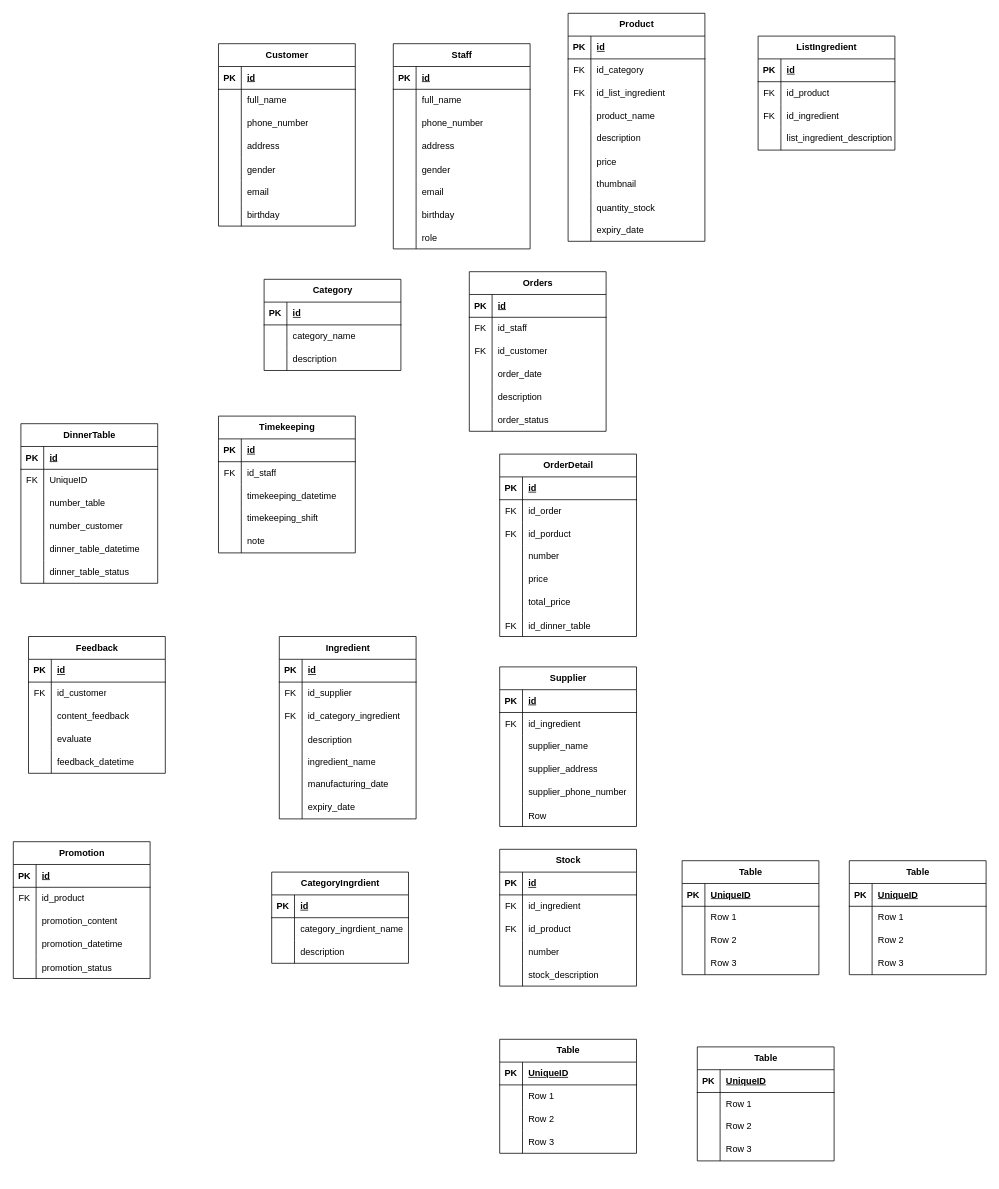
Above: ShopCoffee.drawio in Anhcoder2005/shopcoffee (draw.io), before the change. Source tidied: cells renumbered, new cells numbered last; positions are measured from the earlier drawing's top-left corner, leaving out a move shared by most shapes. Both pictures are drawn from the tidied source at 76%, with x=0, y=0 at pixel (13, 13).
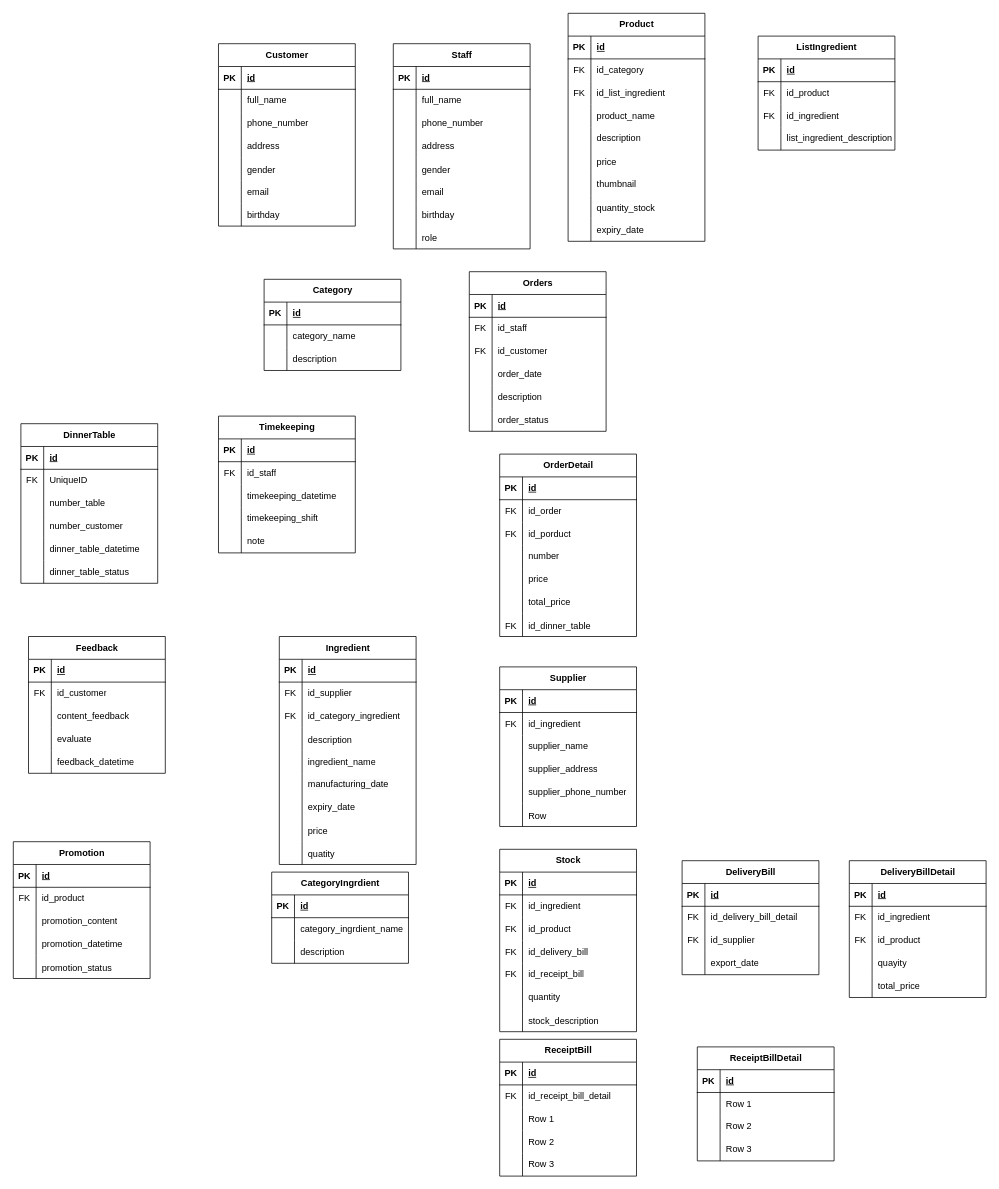
The same page after the edit.

Unchanged cells that the change refers to:
```xml
<mxCell id="263" style="shape=tableRow;horizontal=0;startSize=0;swimlaneHead=0;swimlaneBody=0;fillColor=none;top=0;left=0;right=0;bottom=1;" parent="262" vertex="1">
  <mxGeometry y="30" width="180" height="30" as="geometry" />
</mxCell>
<mxCell id="276" style="shape=tableRow;horizontal=0;startSize=0;swimlaneHead=0;swimlaneBody=0;fillColor=none;top=0;left=0;right=0;bottom=1;" parent="275" vertex="1">
  <mxGeometry y="30" width="180" height="30" as="geometry" />
</mxCell>
<mxCell id="289" style="shape=tableRow;horizontal=0;startSize=0;swimlaneHead=0;swimlaneBody=0;fillColor=none;top=0;left=0;right=0;bottom=1;" parent="288" vertex="1">
  <mxGeometry y="30" width="180" height="30" as="geometry" />
</mxCell>
<mxCell id="302" style="shape=tableRow;horizontal=0;startSize=0;swimlaneHead=0;swimlaneBody=0;fillColor=none;top=0;left=0;right=0;bottom=1;" parent="301" vertex="1">
  <mxGeometry y="30" width="180" height="30" as="geometry" />
</mxCell>
```

Change to the diagram source:
```diff
@@
     <mxCell id="147" value="Ingredient" style="shape=table;startSize=30;childLayout=tableLayout;rowLines=0;fontStyle=1;align=center;html=1;" parent="1" vertex="1">
-      <mxGeometry x="350" y="820" width="180" height="240" as="geometry" />
+      <mxGeometry x="350" y="820" width="180" height="300" as="geometry" />
     </mxCell>
@@
+    <mxCell id="327" style="shape=tableRow;horizontal=0;startSize=0;swimlaneHead=0;swimlaneBody=0;fillColor=none;top=0;left=0;right=0;bottom=0;" parent="147" vertex="1">
+      <mxGeometry y="240" width="180" height="30" as="geometry" />
+    </mxCell>
+    <mxCell id="328" style="shape=partialRectangle;fillColor=none;top=0;left=0;bottom=0;right=0;overflow=hidden;" parent="327" vertex="1">
+      <mxGeometry width="30" height="30" as="geometry" />
+    </mxCell>
+    <mxCell id="329" value="price" style="shape=partialRectangle;fillColor=none;top=0;left=0;bottom=0;right=0;align=left;spacingLeft=6;overflow=hidden;" parent="327" vertex="1">
+      <mxGeometry x="30" width="150" height="30" as="geometry" />
+    </mxCell>
+    <mxCell id="330" style="shape=tableRow;horizontal=0;startSize=0;swimlaneHead=0;swimlaneBody=0;fillColor=none;top=0;left=0;right=0;bottom=0;" parent="147" vertex="1">
+      <mxGeometry y="270" width="180" height="30" as="geometry" />
+    </mxCell>
+    <mxCell id="331" style="shape=partialRectangle;fillColor=none;top=0;left=0;bottom=0;right=0;overflow=hidden;" parent="330" vertex="1">
+      <mxGeometry width="30" height="30" as="geometry" />
+    </mxCell>
+    <mxCell id="332" value="quatity" style="shape=partialRectangle;fillColor=none;top=0;left=0;bottom=0;right=0;align=left;spacingLeft=6;overflow=hidden;" parent="330" vertex="1">
+      <mxGeometry x="30" width="150" height="30" as="geometry" />
+    </mxCell>
@@
     <mxCell id="179" value="Stock" style="shape=table;startSize=30;childLayout=tableLayout;rowLines=0;fontStyle=1;align=center;html=1;" parent="1" vertex="1">
-      <mxGeometry x="640" y="1100" width="180" height="180" as="geometry" />
+      <mxGeometry x="640" y="1100" width="180" height="240" as="geometry" />
     </mxCell>
@@
+    <mxCell id="333" style="shape=tableRow;horizontal=0;startSize=0;swimlaneHead=0;swimlaneBody=0;fillColor=none;top=0;left=0;right=0;bottom=0;" parent="179" vertex="1">
+      <mxGeometry y="120" width="180" height="30" as="geometry" />
+    </mxCell>
+    <mxCell id="334" value="FK" style="shape=partialRectangle;fillColor=none;top=0;left=0;bottom=0;right=0;fontStyle=0;overflow=hidden;whiteSpace=wrap;html=1;" parent="333" vertex="1">
+      <mxGeometry width="30" height="30" as="geometry" />
+    </mxCell>
+    <mxCell id="335" value="id_delivery_bill" style="shape=partialRectangle;fillColor=none;top=0;left=0;bottom=0;right=0;align=left;spacingLeft=6;fontStyle=0;overflow=hidden;whiteSpace=wrap;html=1;" parent="333" vertex="1">
+      <mxGeometry x="30" width="150" height="30" as="geometry" />
+    </mxCell>
+    <mxCell id="336" style="shape=tableRow;horizontal=0;startSize=0;swimlaneHead=0;swimlaneBody=0;fillColor=none;top=0;left=0;right=0;bottom=0;" parent="179" vertex="1">
+      <mxGeometry y="150" width="180" height="30" as="geometry" />
+    </mxCell>
+    <mxCell id="337" value="FK" style="shape=partialRectangle;fillColor=none;top=0;left=0;bottom=0;right=0;fontStyle=0;overflow=hidden;whiteSpace=wrap;html=1;" parent="336" vertex="1">
+      <mxGeometry width="30" height="30" as="geometry" />
+    </mxCell>
+    <mxCell id="338" value="id_receipt_bill" style="shape=partialRectangle;fillColor=none;top=0;left=0;bottom=0;right=0;align=left;spacingLeft=6;fontStyle=0;overflow=hidden;whiteSpace=wrap;html=1;" parent="336" vertex="1">
+      <mxGeometry x="30" width="150" height="30" as="geometry" />
+    </mxCell>
     <mxCell id="189" style="shape=tableRow;horizontal=0;startSize=0;swimlaneHead=0;swimlaneBody=0;fillColor=none;top=0;left=0;right=0;bottom=0;" parent="179" vertex="1">
-      <mxGeometry y="120" width="180" height="30" as="geometry" />
+      <mxGeometry y="180" width="180" height="30" as="geometry" />
     </mxCell>
@@
-    <mxCell id="191" value="number" style="shape=partialRectangle;fillColor=none;top=0;left=0;bottom=0;right=0;align=left;spacingLeft=6;overflow=hidden;whiteSpace=wrap;html=1;" parent="189" vertex="1">
+    <mxCell id="191" value="quantity" style="shape=partialRectangle;fillColor=none;top=0;left=0;bottom=0;right=0;align=left;spacingLeft=6;overflow=hidden;whiteSpace=wrap;html=1;" parent="189" vertex="1">
       <mxGeometry x="30" width="150" height="30" as="geometry" />
     </mxCell>
     <mxCell id="192" style="shape=tableRow;horizontal=0;startSize=0;swimlaneHead=0;swimlaneBody=0;fillColor=none;top=0;left=0;right=0;bottom=0;" parent="179" vertex="1">
-      <mxGeometry y="150" width="180" height="30" as="geometry" />
+      <mxGeometry y="210" width="180" height="30" as="geometry" />
     </mxCell>
@@
-    <mxCell id="262" value="Table" style="shape=table;startSize=30;childLayout=tableLayout;rowLines=0;fontStyle=1;align=center;html=1;" parent="1" vertex="1">
+    <mxCell id="262" value="DeliveryBill" style="shape=table;startSize=30;childLayout=tableLayout;rowLines=0;fontStyle=1;align=center;html=1;" parent="1" vertex="1">
       <mxGeometry x="880" y="1115" width="180" height="150" as="geometry" />
     </mxCell>
@@
-    <mxCell id="265" value="UniqueID" style="shape=partialRectangle;fillColor=none;top=0;left=0;bottom=0;right=0;align=left;spacingLeft=6;fontStyle=5;overflow=hidden;whiteSpace=wrap;html=1;" parent="263" vertex="1">
+    <mxCell id="265" value="id" style="shape=partialRectangle;fillColor=none;top=0;left=0;bottom=0;right=0;align=left;spacingLeft=6;fontStyle=5;overflow=hidden;whiteSpace=wrap;html=1;" parent="263" vertex="1">
       <mxGeometry x="30" width="150" height="30" as="geometry" />
     </mxCell>
+    <mxCell id="339" style="shape=tableRow;horizontal=0;startSize=0;swimlaneHead=0;swimlaneBody=0;fillColor=none;top=0;left=0;right=0;bottom=0;" parent="262" vertex="1">
+      <mxGeometry y="60" width="180" height="30" as="geometry" />
+    </mxCell>
+    <mxCell id="340" value="FK" style="shape=partialRectangle;fillColor=none;top=0;left=0;bottom=0;right=0;fontStyle=0;overflow=hidden;whiteSpace=wrap;html=1;" parent="339" vertex="1">
+      <mxGeometry width="30" height="30" as="geometry" />
+    </mxCell>
+    <mxCell id="341" value="id_delivery_bill_detail" style="shape=partialRectangle;fillColor=none;top=0;left=0;bottom=0;right=0;align=left;spacingLeft=6;fontStyle=0;overflow=hidden;whiteSpace=wrap;html=1;" parent="339" vertex="1">
+      <mxGeometry x="30" width="150" height="30" as="geometry" />
+    </mxCell>
+    <mxCell id="342" style="shape=tableRow;horizontal=0;startSize=0;swimlaneHead=0;swimlaneBody=0;fillColor=none;top=0;left=0;right=0;bottom=0;" parent="262" vertex="1">
+      <mxGeometry y="90" width="180" height="30" as="geometry" />
+    </mxCell>
+    <mxCell id="343" value="FK" style="shape=partialRectangle;fillColor=none;top=0;left=0;bottom=0;right=0;fontStyle=0;overflow=hidden;whiteSpace=wrap;html=1;" parent="342" vertex="1">
+      <mxGeometry width="30" height="30" as="geometry" />
+    </mxCell>
+    <mxCell id="344" value="id_supplier" style="shape=partialRectangle;fillColor=none;top=0;left=0;bottom=0;right=0;align=left;spacingLeft=6;fontStyle=0;overflow=hidden;whiteSpace=wrap;html=1;" parent="342" vertex="1">
+      <mxGeometry x="30" width="150" height="30" as="geometry" />
+    </mxCell>
     <mxCell id="266" style="shape=tableRow;horizontal=0;startSize=0;swimlaneHead=0;swimlaneBody=0;fillColor=none;top=0;left=0;right=0;bottom=0;" parent="262" vertex="1">
-      <mxGeometry y="60" width="180" height="30" as="geometry" />
+      <mxGeometry y="120" width="180" height="30" as="geometry" />
     </mxCell>
@@
-    <mxCell id="268" value="Row 1" style="shape=partialRectangle;fillColor=none;top=0;left=0;bottom=0;right=0;align=left;spacingLeft=6;overflow=hidden;whiteSpace=wrap;html=1;" parent="266" vertex="1">
+    <mxCell id="268" value="export_date" style="shape=partialRectangle;fillColor=none;top=0;left=0;bottom=0;right=0;align=left;spacingLeft=6;overflow=hidden;whiteSpace=wrap;html=1;" parent="266" vertex="1">
       <mxGeometry x="30" width="150" height="30" as="geometry" />
     </mxCell>
-    <mxCell id="269" style="shape=tableRow;horizontal=0;startSize=0;swimlaneHead=0;swimlaneBody=0;fillColor=none;top=0;left=0;right=0;bottom=0;" parent="262" vertex="1">
-      <mxGeometry y="90" width="180" height="30" as="geometry" />
-    </mxCell>
-    <mxCell id="270" style="shape=partialRectangle;fillColor=none;top=0;left=0;bottom=0;right=0;overflow=hidden;whiteSpace=wrap;html=1;" parent="269" vertex="1">
-      <mxGeometry width="30" height="30" as="geometry" />
-    </mxCell>
-    <mxCell id="271" value="Row 2" style="shape=partialRectangle;fillColor=none;top=0;left=0;bottom=0;right=0;align=left;spacingLeft=6;overflow=hidden;whiteSpace=wrap;html=1;" parent="269" vertex="1">
-      <mxGeometry x="30" width="150" height="30" as="geometry" />
-    </mxCell>
-    <mxCell id="272" style="shape=tableRow;horizontal=0;startSize=0;swimlaneHead=0;swimlaneBody=0;fillColor=none;top=0;left=0;right=0;bottom=0;" parent="262" vertex="1">
-      <mxGeometry y="120" width="180" height="30" as="geometry" />
-    </mxCell>
-    <mxCell id="273" style="shape=partialRectangle;fillColor=none;top=0;left=0;bottom=0;right=0;overflow=hidden;whiteSpace=wrap;html=1;" parent="272" vertex="1">
-      <mxGeometry width="30" height="30" as="geometry" />
-    </mxCell>
-    <mxCell id="274" value="Row 3" style="shape=partialRectangle;fillColor=none;top=0;left=0;bottom=0;right=0;align=left;spacingLeft=6;overflow=hidden;whiteSpace=wrap;html=1;" parent="272" vertex="1">
-      <mxGeometry x="30" width="150" height="30" as="geometry" />
-    </mxCell>
-    <mxCell id="275" value="Table" style="shape=table;startSize=30;childLayout=tableLayout;rowLines=0;fontStyle=1;align=center;html=1;" parent="1" vertex="1">
-      <mxGeometry x="640" y="1350" width="180" height="150" as="geometry" />
+    <mxCell id="275" value="ReceiptBill" style="shape=table;startSize=30;childLayout=tableLayout;rowLines=0;fontStyle=1;align=center;html=1;" parent="1" vertex="1">
+      <mxGeometry x="640" y="1350" width="180" height="180" as="geometry" />
     </mxCell>
@@
-    <mxCell id="278" value="UniqueID" style="shape=partialRectangle;fillColor=none;top=0;left=0;bottom=0;right=0;align=left;spacingLeft=6;fontStyle=5;overflow=hidden;whiteSpace=wrap;html=1;" parent="276" vertex="1">
+    <mxCell id="278" value="id" style="shape=partialRectangle;fillColor=none;top=0;left=0;bottom=0;right=0;align=left;spacingLeft=6;fontStyle=5;overflow=hidden;whiteSpace=wrap;html=1;" parent="276" vertex="1">
       <mxGeometry x="30" width="150" height="30" as="geometry" />
     </mxCell>
+    <mxCell id="345" style="shape=tableRow;horizontal=0;startSize=0;swimlaneHead=0;swimlaneBody=0;fillColor=none;top=0;left=0;right=0;bottom=0;" parent="275" vertex="1">
+      <mxGeometry y="60" width="180" height="30" as="geometry" />
+    </mxCell>
+    <mxCell id="346" value="FK" style="shape=partialRectangle;fillColor=none;top=0;left=0;bottom=0;right=0;fontStyle=0;overflow=hidden;whiteSpace=wrap;html=1;" parent="345" vertex="1">
+      <mxGeometry width="30" height="30" as="geometry" />
+    </mxCell>
+    <mxCell id="347" value="id_receipt_bill_detail" style="shape=partialRectangle;fillColor=none;top=0;left=0;bottom=0;right=0;align=left;spacingLeft=6;fontStyle=0;overflow=hidden;whiteSpace=wrap;html=1;" parent="345" vertex="1">
+      <mxGeometry x="30" width="150" height="30" as="geometry" />
+    </mxCell>
     <mxCell id="279" style="shape=tableRow;horizontal=0;startSize=0;swimlaneHead=0;swimlaneBody=0;fillColor=none;top=0;left=0;right=0;bottom=0;" parent="275" vertex="1">
-      <mxGeometry y="60" width="180" height="30" as="geometry" />
+      <mxGeometry y="90" width="180" height="30" as="geometry" />
     </mxCell>
@@
     <mxCell id="282" style="shape=tableRow;horizontal=0;startSize=0;swimlaneHead=0;swimlaneBody=0;fillColor=none;top=0;left=0;right=0;bottom=0;" parent="275" vertex="1">
-      <mxGeometry y="90" width="180" height="30" as="geometry" />
+      <mxGeometry y="120" width="180" height="30" as="geometry" />
     </mxCell>
@@
     <mxCell id="285" style="shape=tableRow;horizontal=0;startSize=0;swimlaneHead=0;swimlaneBody=0;fillColor=none;top=0;left=0;right=0;bottom=0;" parent="275" vertex="1">
-      <mxGeometry y="120" width="180" height="30" as="geometry" />
+      <mxGeometry y="150" width="180" height="30" as="geometry" />
     </mxCell>
@@
-    <mxCell id="288" value="Table" style="shape=table;startSize=30;childLayout=tableLayout;rowLines=0;fontStyle=1;align=center;html=1;" parent="1" vertex="1">
-      <mxGeometry x="1100" y="1115" width="180" height="150" as="geometry" />
+    <mxCell id="288" value="DeliveryBillDetail" style="shape=table;startSize=30;childLayout=tableLayout;rowLines=0;fontStyle=1;align=center;html=1;" parent="1" vertex="1">
+      <mxGeometry x="1100" y="1115" width="180" height="180" as="geometry" />
     </mxCell>
@@
-    <mxCell id="291" value="UniqueID" style="shape=partialRectangle;fillColor=none;top=0;left=0;bottom=0;right=0;align=left;spacingLeft=6;fontStyle=5;overflow=hidden;whiteSpace=wrap;html=1;" parent="289" vertex="1">
+    <mxCell id="291" value="id" style="shape=partialRectangle;fillColor=none;top=0;left=0;bottom=0;right=0;align=left;spacingLeft=6;fontStyle=5;overflow=hidden;whiteSpace=wrap;html=1;" parent="289" vertex="1">
       <mxGeometry x="30" width="150" height="30" as="geometry" />
     </mxCell>
+    <mxCell id="348" style="shape=tableRow;horizontal=0;startSize=0;swimlaneHead=0;swimlaneBody=0;fillColor=none;top=0;left=0;right=0;bottom=0;" parent="288" vertex="1">
+      <mxGeometry y="60" width="180" height="30" as="geometry" />
+    </mxCell>
+    <mxCell id="349" value="FK" style="shape=partialRectangle;fillColor=none;top=0;left=0;bottom=0;right=0;fontStyle=0;overflow=hidden;whiteSpace=wrap;html=1;" parent="348" vertex="1">
+      <mxGeometry width="30" height="30" as="geometry" />
+    </mxCell>
+    <mxCell id="350" value="id_ingredient" style="shape=partialRectangle;fillColor=none;top=0;left=0;bottom=0;right=0;align=left;spacingLeft=6;fontStyle=0;overflow=hidden;whiteSpace=wrap;html=1;" parent="348" vertex="1">
+      <mxGeometry x="30" width="150" height="30" as="geometry" />
+    </mxCell>
+    <mxCell id="351" style="shape=tableRow;horizontal=0;startSize=0;swimlaneHead=0;swimlaneBody=0;fillColor=none;top=0;left=0;right=0;bottom=0;" parent="288" vertex="1">
+      <mxGeometry y="90" width="180" height="30" as="geometry" />
+    </mxCell>
+    <mxCell id="352" value="FK" style="shape=partialRectangle;fillColor=none;top=0;left=0;bottom=0;right=0;fontStyle=0;overflow=hidden;whiteSpace=wrap;html=1;" parent="351" vertex="1">
+      <mxGeometry width="30" height="30" as="geometry" />
+    </mxCell>
+    <mxCell id="353" value="id_product" style="shape=partialRectangle;fillColor=none;top=0;left=0;bottom=0;right=0;align=left;spacingLeft=6;fontStyle=0;overflow=hidden;whiteSpace=wrap;html=1;" parent="351" vertex="1">
+      <mxGeometry x="30" width="150" height="30" as="geometry" />
+    </mxCell>
     <mxCell id="292" style="shape=tableRow;horizontal=0;startSize=0;swimlaneHead=0;swimlaneBody=0;fillColor=none;top=0;left=0;right=0;bottom=0;" parent="288" vertex="1">
-      <mxGeometry y="60" width="180" height="30" as="geometry" />
+      <mxGeometry y="120" width="180" height="30" as="geometry" />
     </mxCell>
@@
-    <mxCell id="294" value="Row 1" style="shape=partialRectangle;fillColor=none;top=0;left=0;bottom=0;right=0;align=left;spacingLeft=6;overflow=hidden;whiteSpace=wrap;html=1;" parent="292" vertex="1">
+    <mxCell id="294" value="quayity" style="shape=partialRectangle;fillColor=none;top=0;left=0;bottom=0;right=0;align=left;spacingLeft=6;overflow=hidden;whiteSpace=wrap;html=1;" parent="292" vertex="1">
       <mxGeometry x="30" width="150" height="30" as="geometry" />
     </mxCell>
     <mxCell id="295" style="shape=tableRow;horizontal=0;startSize=0;swimlaneHead=0;swimlaneBody=0;fillColor=none;top=0;left=0;right=0;bottom=0;" parent="288" vertex="1">
-      <mxGeometry y="90" width="180" height="30" as="geometry" />
+      <mxGeometry y="150" width="180" height="30" as="geometry" />
     </mxCell>
@@
-    <mxCell id="297" value="Row 2" style="shape=partialRectangle;fillColor=none;top=0;left=0;bottom=0;right=0;align=left;spacingLeft=6;overflow=hidden;whiteSpace=wrap;html=1;" parent="295" vertex="1">
+    <mxCell id="297" value="total_price" style="shape=partialRectangle;fillColor=none;top=0;left=0;bottom=0;right=0;align=left;spacingLeft=6;overflow=hidden;whiteSpace=wrap;html=1;" parent="295" vertex="1">
       <mxGeometry x="30" width="150" height="30" as="geometry" />
     </mxCell>
-    <mxCell id="298" style="shape=tableRow;horizontal=0;startSize=0;swimlaneHead=0;swimlaneBody=0;fillColor=none;top=0;left=0;right=0;bottom=0;" parent="288" vertex="1">
-      <mxGeometry y="120" width="180" height="30" as="geometry" />
-    </mxCell>
-    <mxCell id="299" style="shape=partialRectangle;fillColor=none;top=0;left=0;bottom=0;right=0;overflow=hidden;whiteSpace=wrap;html=1;" parent="298" vertex="1">
-      <mxGeometry width="30" height="30" as="geometry" />
-    </mxCell>
-    <mxCell id="300" value="Row 3" style="shape=partialRectangle;fillColor=none;top=0;left=0;bottom=0;right=0;align=left;spacingLeft=6;overflow=hidden;whiteSpace=wrap;html=1;" parent="298" vertex="1">
-      <mxGeometry x="30" width="150" height="30" as="geometry" />
-    </mxCell>
-    <mxCell id="301" value="Table" style="shape=table;startSize=30;childLayout=tableLayout;rowLines=0;fontStyle=1;align=center;html=1;" parent="1" vertex="1">
+    <mxCell id="301" value="ReceiptBillDetail" style="shape=table;startSize=30;childLayout=tableLayout;rowLines=0;fontStyle=1;align=center;html=1;" parent="1" vertex="1">
       <mxGeometry x="900" y="1360" width="180" height="150" as="geometry" />
     </mxCell>
@@
-    <mxCell id="304" value="UniqueID" style="shape=partialRectangle;fillColor=none;top=0;left=0;bottom=0;right=0;align=left;spacingLeft=6;fontStyle=5;overflow=hidden;whiteSpace=wrap;html=1;" parent="302" vertex="1">
+    <mxCell id="304" value="id" style="shape=partialRectangle;fillColor=none;top=0;left=0;bottom=0;right=0;align=left;spacingLeft=6;fontStyle=5;overflow=hidden;whiteSpace=wrap;html=1;" parent="302" vertex="1">
       <mxGeometry x="30" width="150" height="30" as="geometry" />
     </mxCell>
```
